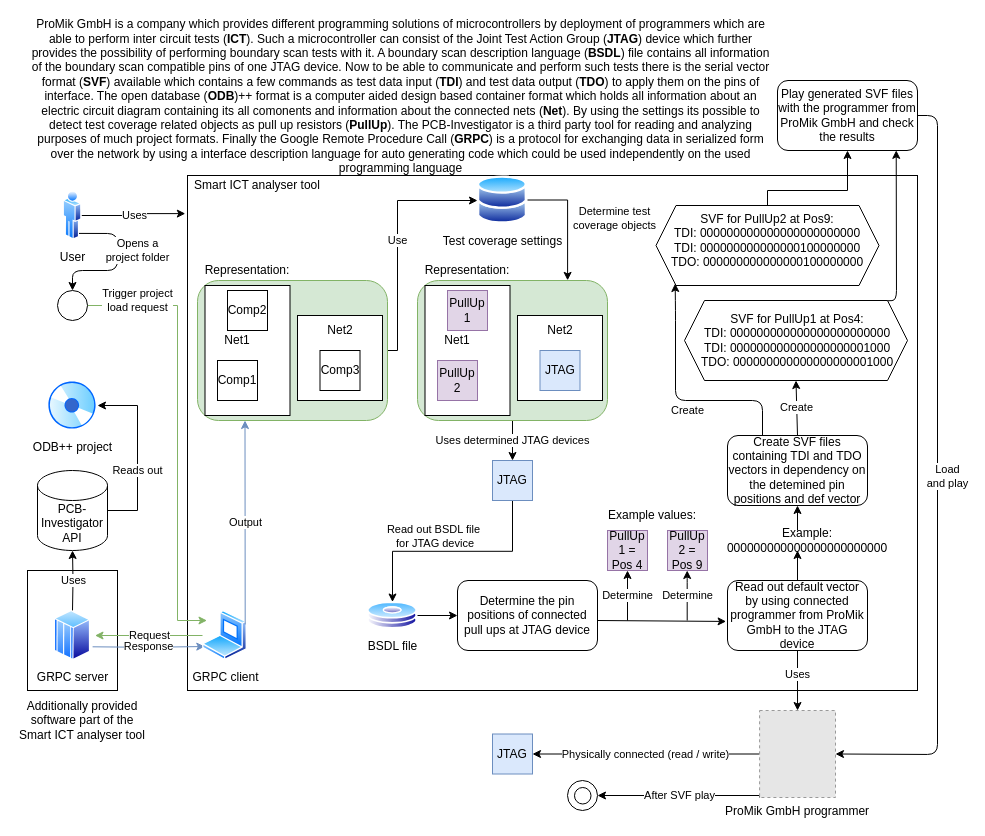
This is Master Thesis/drawios/poster.drawio from Razvanmatis/SmartIctAnalyzer, a draw.io file, before an edit. Source tidied: cells renumbered, new cells numbered last; positions are measured from the earlier drawing's top-left corner, leaving out a move shared by most shapes. Both pictures are drawn from the tidied source at 100%, with x=0, y=0 at pixel (17, 33). Pictures stored in the file or linked from it are replaced by grey dashed boxes.
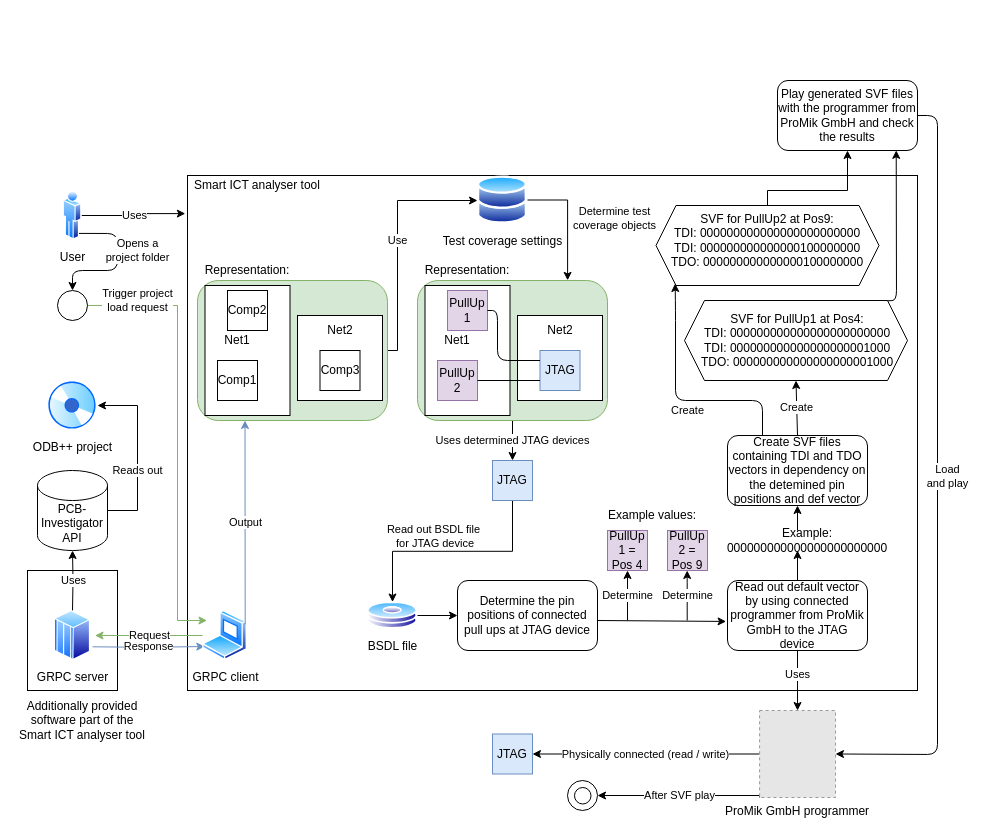
Above is the later version.

The change refers to these unchanged cells:
```xml
<mxCell id="23" value="JTAG&lt;br&gt;" style="whiteSpace=wrap;html=1;fillColor=#dae8fc;strokeColor=#6c8ebf;" parent="1" vertex="1">
  <mxGeometry x="522.5" y="317" width="40" height="40" as="geometry" />
</mxCell>
<mxCell id="26" value="PullUp&lt;br&gt;2" style="whiteSpace=wrap;html=1;fillColor=#e1d5e7;strokeColor=#9673a6;" parent="1" vertex="1">
  <mxGeometry x="420" y="327" width="40" height="40" as="geometry" />
</mxCell>
<mxCell id="27" value="PullUp&lt;br&gt;1" style="whiteSpace=wrap;html=1;fillColor=#e1d5e7;strokeColor=#9673a6;" parent="1" vertex="1">
  <mxGeometry x="430" y="257" width="40" height="40" as="geometry" />
</mxCell>
```

The edit, as a diff of the source:
```diff
@@
-    <mxCell id="68" value="ProMik GmbH is a company which provides different programming solutions of microcontrollers by deployment of programmers which are able to perform inter circuit tests (&lt;b&gt;ICT&lt;/b&gt;). Such a microcontroller can consist of the&amp;nbsp;&lt;span class=&quot;ILfuVd&quot;&gt;Joint Test Action Group (&lt;b&gt;JTAG&lt;/b&gt;) device which further provides the possibility of performing boundary scan tests with it. A boundary scan description language (&lt;b&gt;BSDL&lt;/b&gt;) file contains all information of the boundary scan compatible pins of one JTAG device. Now to be able to communicate and perform such tests there is the serial vector format (&lt;b&gt;SVF&lt;/b&gt;) available which contains a few commands as test data input (&lt;b&gt;TDI&lt;/b&gt;) and test data output (&lt;b&gt;TDO&lt;/b&gt;) to apply them on the pins of interface. The open database (&lt;b&gt;ODB&lt;/b&gt;)++ format is a computer aided design based container format which holds all information about an electric circuit diagram containing its all comonents and information about the connected nets (&lt;b&gt;Net&lt;/b&gt;). By using the settings its possible to detect test coverage related objects as pull up resistors (&lt;b&gt;PullUp&lt;/b&gt;). The PCB-Investigator is a third party tool for reading and analyzing purposes of much project formats. Finally the Google&amp;nbsp;&lt;/span&gt;&lt;span class=&quot;aCOpRe&quot;&gt;Remote Procedure Call (&lt;b&gt;GRPC&lt;/b&gt;) is a protocol for exchanging data in serialized form over the network by using a interface description language for auto generating code which could be used independently on the used programming language&lt;/span&gt;&lt;br&gt;&amp;nbsp;" style="text;html=1;strokeColor=none;fillColor=none;align=center;verticalAlign=middle;whiteSpace=wrap;rounded=0;" parent="1" vertex="1">
-      <mxGeometry x="10" width="746.5" height="140" as="geometry" />
-    </mxCell>
@@
+    <mxCell id="76" style="endArrow=none;html=1;exitX=0;exitY=0.75;exitDx=0;exitDy=0;entryX=1;entryY=0.5;entryDx=0;entryDy=0;" parent="1" edge="1" source="23" target="26">
+      <mxGeometry relative="1" as="geometry" />
+    </mxCell>
+    <mxCell id="77" style="endArrow=none;html=1;exitX=0;exitY=0.25;exitDx=0;exitDy=0;entryX=1;entryY=0.5;entryDx=0;entryDy=0;" parent="1" edge="1" source="23" target="27">
+      <mxGeometry relative="1" as="geometry">
+        <Array as="points">
+          <mxPoint x="480" y="327" />
+          <mxPoint x="480" y="277" />
+        </Array>
+      </mxGeometry>
+    </mxCell>
```
